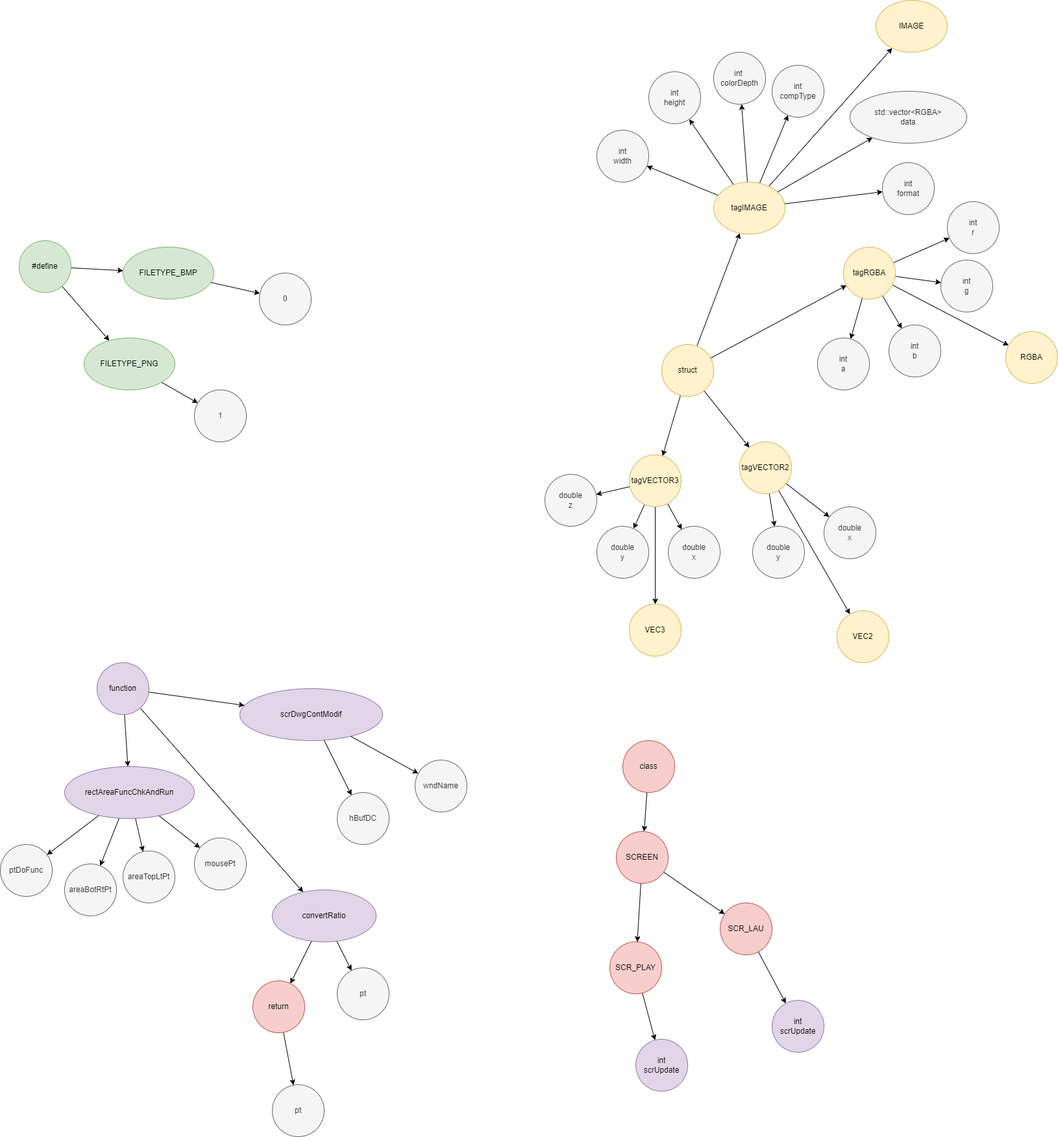
Tanso-mct/GLPA keeps this draw.io diagram as drawio/files/graphic/h.drawio.png. Above is the earlier version. Source tidied: cells renumbered, new cells last; positions are measured from the earlier drawing's top-left corner, leaving out a move shared by most shapes.
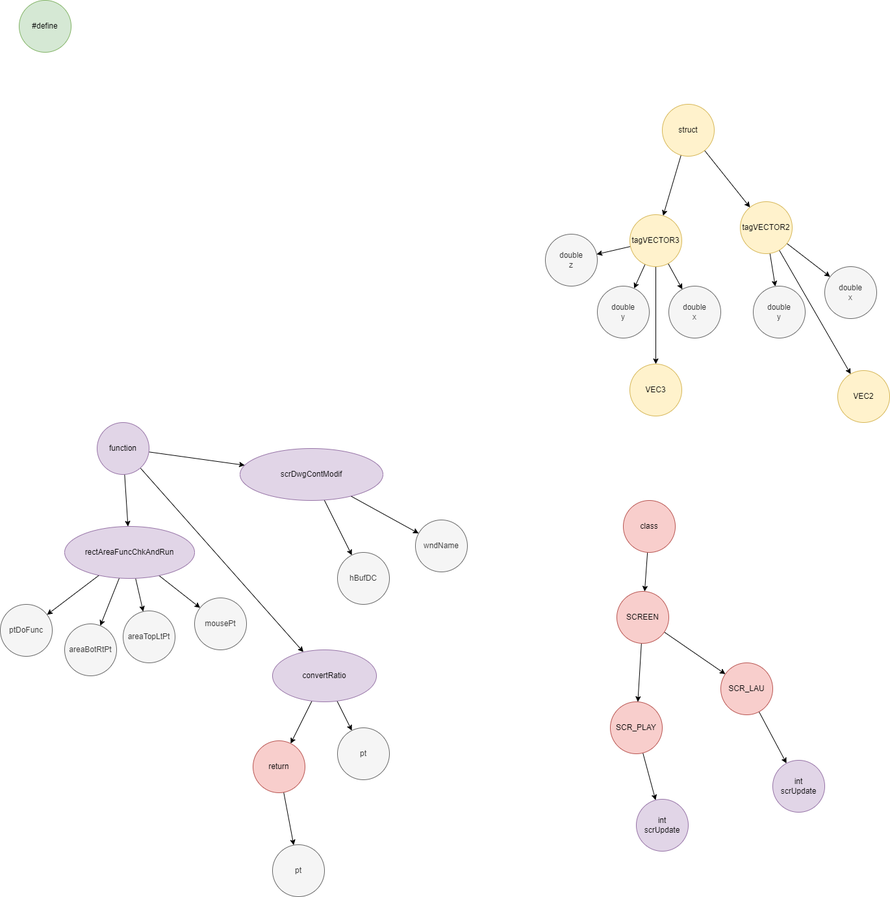
After the commit.

Change to the diagram source:
```diff
@@ -83,12 +83,6 @@
     <mxCell id="28" style="edgeStyle=none;html=1;fontFamily=Helvetica;fontSize=12;fontColor=#333333;" parent="1" edge="1" source="31" target="42">
       <mxGeometry relative="1" as="geometry" />
     </mxCell>
-    <mxCell id="29" style="edgeStyle=none;html=1;" parent="1" edge="1" source="31" target="64">
-      <mxGeometry relative="1" as="geometry" />
-    </mxCell>
-    <mxCell id="30" style="edgeStyle=none;html=1;fontFamily=Helvetica;fontSize=12;fontColor=#333333;" parent="1" edge="1" source="31" target="75">
-      <mxGeometry relative="1" as="geometry" />
-    </mxCell>
     <mxCell id="31" value="struct" style="ellipse;whiteSpace=wrap;html=1;strokeColor=#d6b656;fontFamily=Helvetica;fontSize=12;fillColor=#fff2cc;" parent="1" vertex="1">
       <mxGeometry x="1019" y="530" width="80" height="80" as="geometry" />
     </mxCell>
@@ -173,110 +167,8 @@
     <mxCell id="58" value="int&lt;br&gt;scrUpdate" style="ellipse;whiteSpace=wrap;html=1;strokeColor=#9673a6;fontFamily=Helvetica;fontSize=12;fillColor=#e1d5e7;" parent="1" vertex="1">
       <mxGeometry x="979" y="1600" width="80" height="80" as="geometry" />
     </mxCell>
-    <mxCell id="59" style="edgeStyle=none;html=1;fontFamily=Helvetica;fontSize=12;fontColor=#333333;" parent="1" edge="1" source="64" target="65">
-      <mxGeometry relative="1" as="geometry" />
-    </mxCell>
-    <mxCell id="60" style="edgeStyle=none;html=1;fontFamily=Helvetica;fontSize=12;fontColor=#333333;" parent="1" edge="1" source="64" target="66">
-      <mxGeometry relative="1" as="geometry" />
-    </mxCell>
-    <mxCell id="61" style="edgeStyle=none;html=1;fontFamily=Helvetica;fontSize=12;fontColor=#333333;" parent="1" edge="1" source="64" target="67">
-      <mxGeometry relative="1" as="geometry" />
-    </mxCell>
-    <mxCell id="62" style="edgeStyle=none;html=1;fontFamily=Helvetica;fontSize=12;fontColor=#333333;" parent="1" edge="1" source="64" target="81">
-      <mxGeometry relative="1" as="geometry" />
-    </mxCell>
-    <mxCell id="63" style="edgeStyle=none;html=1;fontFamily=Helvetica;fontSize=12;fontColor=#333333;" parent="1" edge="1" source="64" target="93">
-      <mxGeometry relative="1" as="geometry" />
-    </mxCell>
-    <mxCell id="64" value="tagRGBA" style="ellipse;whiteSpace=wrap;html=1;fillColor=#fff2cc;strokeColor=#d6b656;" parent="1" vertex="1">
-      <mxGeometry x="1299" y="380" width="80" height="80" as="geometry" />
-    </mxCell>
-    <mxCell id="65" value="int&lt;br&gt;r" style="ellipse;whiteSpace=wrap;html=1;fillColor=#f5f5f5;fontColor=#333333;strokeColor=#666666;" parent="1" vertex="1">
-      <mxGeometry x="1459" y="310" width="80" height="80" as="geometry" />
-    </mxCell>
-    <mxCell id="66" value="int&lt;br&gt;g" style="ellipse;whiteSpace=wrap;html=1;strokeColor=#666666;fontFamily=Helvetica;fontSize=12;fontColor=#333333;fillColor=#f5f5f5;" parent="1" vertex="1">
-      <mxGeometry x="1449" y="400" width="80" height="80" as="geometry" />
-    </mxCell>
-    <mxCell id="67" value="int&lt;br&gt;b" style="ellipse;whiteSpace=wrap;html=1;strokeColor=#666666;fontFamily=Helvetica;fontSize=12;fontColor=#333333;fillColor=#f5f5f5;" parent="1" vertex="1">
-      <mxGeometry x="1369" y="500" width="80" height="80" as="geometry" />
-    </mxCell>
-    <mxCell id="68" style="edgeStyle=none;html=1;fontFamily=Helvetica;fontSize=12;fontColor=#333333;" parent="1" edge="1" source="75" target="80">
-      <mxGeometry relative="1" as="geometry" />
-    </mxCell>
-    <mxCell id="69" style="edgeStyle=none;html=1;fontFamily=Helvetica;fontSize=12;fontColor=#333333;" parent="1" edge="1" source="75" target="79">
-      <mxGeometry relative="1" as="geometry" />
-    </mxCell>
-    <mxCell id="70" style="edgeStyle=none;html=1;fontFamily=Helvetica;fontSize=12;fontColor=#333333;" parent="1" edge="1" source="75" target="78">
-      <mxGeometry relative="1" as="geometry" />
-    </mxCell>
-    <mxCell id="71" style="edgeStyle=none;html=1;fontFamily=Helvetica;fontSize=12;fontColor=#333333;" parent="1" edge="1" source="75" target="77">
-      <mxGeometry relative="1" as="geometry" />
-    </mxCell>
-    <mxCell id="72" style="edgeStyle=none;html=1;fontFamily=Helvetica;fontSize=12;fontColor=#333333;" parent="1" edge="1" source="75" target="76">
-      <mxGeometry relative="1" as="geometry" />
-    </mxCell>
-    <mxCell id="73" style="edgeStyle=none;html=1;fontFamily=Helvetica;fontSize=12;fontColor=#333333;" parent="1" edge="1" source="75" target="82">
-      <mxGeometry relative="1" as="geometry" />
-    </mxCell>
-    <mxCell id="74" style="edgeStyle=none;html=1;fontFamily=Helvetica;fontSize=12;fontColor=#333333;" parent="1" edge="1" source="75" target="92">
-      <mxGeometry relative="1" as="geometry" />
-    </mxCell>
-    <mxCell id="75" value="tagIMAGE" style="ellipse;whiteSpace=wrap;html=1;strokeColor=#d6b656;fontFamily=Helvetica;fontSize=12;fillColor=#fff2cc;" parent="1" vertex="1">
-      <mxGeometry x="1099" y="280" width="110" height="80" as="geometry" />
-    </mxCell>
-    <mxCell id="76" value="int&lt;br&gt;width" style="ellipse;whiteSpace=wrap;html=1;fillColor=#f5f5f5;fontColor=#333333;strokeColor=#666666;" parent="1" vertex="1">
-      <mxGeometry x="919" y="200" width="80" height="80" as="geometry" />
-    </mxCell>
-    <mxCell id="77" value="int&lt;br&gt;height" style="ellipse;whiteSpace=wrap;html=1;fillColor=#f5f5f5;fontColor=#333333;strokeColor=#666666;" parent="1" vertex="1">
-      <mxGeometry x="999" y="110" width="80" height="80" as="geometry" />
-    </mxCell>
-    <mxCell id="78" value="int&amp;nbsp;&lt;br&gt;colorDepth" style="ellipse;whiteSpace=wrap;html=1;strokeColor=#666666;fontFamily=Helvetica;fontSize=12;fontColor=#333333;fillColor=#f5f5f5;" parent="1" vertex="1">
-      <mxGeometry x="1099" y="80" width="80" height="80" as="geometry" />
-    </mxCell>
-    <mxCell id="79" value="int&lt;br&gt;compType" style="ellipse;whiteSpace=wrap;html=1;strokeColor=#666666;fontFamily=Helvetica;fontSize=12;fontColor=#333333;fillColor=#f5f5f5;" parent="1" vertex="1">
-      <mxGeometry x="1189" y="100" width="80" height="80" as="geometry" />
-    </mxCell>
-    <mxCell id="80" value="std::vector&amp;lt;RGBA&amp;gt;&lt;br&gt;data" style="ellipse;whiteSpace=wrap;html=1;strokeColor=#666666;fontFamily=Helvetica;fontSize=12;fontColor=#333333;fillColor=#f5f5f5;" parent="1" vertex="1">
-      <mxGeometry x="1309" y="140" width="180" height="80" as="geometry" />
-    </mxCell>
-    <mxCell id="81" value="int&lt;br&gt;a" style="ellipse;whiteSpace=wrap;html=1;strokeColor=#666666;fontFamily=Helvetica;fontSize=12;fontColor=#333333;fillColor=#f5f5f5;" parent="1" vertex="1">
-      <mxGeometry x="1259" y="520" width="80" height="80" as="geometry" />
-    </mxCell>
-    <mxCell id="82" value="int&lt;br&gt;format" style="ellipse;whiteSpace=wrap;html=1;strokeColor=#666666;fontFamily=Helvetica;fontSize=12;fontColor=#333333;fillColor=#f5f5f5;" parent="1" vertex="1">
-      <mxGeometry x="1359" y="250" width="80" height="80" as="geometry" />
-    </mxCell>
-    <mxCell id="83" style="edgeStyle=none;html=1;fontFamily=Helvetica;fontSize=12;fontColor=#333333;" parent="1" edge="1" source="85" target="87">
-      <mxGeometry relative="1" as="geometry" />
-    </mxCell>
-    <mxCell id="84" style="edgeStyle=none;html=1;fontFamily=Helvetica;fontSize=12;fontColor=#333333;" parent="1" edge="1" source="85" target="89">
-      <mxGeometry relative="1" as="geometry" />
-    </mxCell>
     <mxCell id="85" value="#define" style="ellipse;whiteSpace=wrap;html=1;strokeColor=#82b366;fontFamily=Helvetica;fontSize=12;fillColor=#d5e8d4;" parent="1" vertex="1">
       <mxGeometry x="29" y="370" width="80" height="80" as="geometry" />
     </mxCell>
-    <mxCell id="86" style="edgeStyle=none;html=1;fontFamily=Helvetica;fontSize=12;fontColor=#333333;" parent="1" edge="1" source="87" target="90">
-      <mxGeometry relative="1" as="geometry" />
-    </mxCell>
-    <mxCell id="87" value="FILETYPE_BMP" style="ellipse;whiteSpace=wrap;html=1;strokeColor=#82b366;fontFamily=Helvetica;fontSize=12;fillColor=#d5e8d4;" parent="1" vertex="1">
-      <mxGeometry x="189" y="380" width="140" height="80" as="geometry" />
-    </mxCell>
-    <mxCell id="88" style="edgeStyle=none;html=1;fontFamily=Helvetica;fontSize=12;fontColor=#333333;" parent="1" edge="1" source="89" target="91">
-      <mxGeometry relative="1" as="geometry" />
-    </mxCell>
-    <mxCell id="89" value="FILETYPE_PNG" style="ellipse;whiteSpace=wrap;html=1;strokeColor=#82b366;fontFamily=Helvetica;fontSize=12;fillColor=#d5e8d4;" parent="1" vertex="1">
-      <mxGeometry x="129" y="520" width="140" height="80" as="geometry" />
-    </mxCell>
-    <mxCell id="90" value="0" style="ellipse;whiteSpace=wrap;html=1;strokeColor=#666666;fontFamily=Helvetica;fontSize=12;fontColor=#333333;fillColor=#f5f5f5;" parent="1" vertex="1">
-      <mxGeometry x="399" y="420" width="80" height="80" as="geometry" />
-    </mxCell>
-    <mxCell id="91" value="1" style="ellipse;whiteSpace=wrap;html=1;strokeColor=#666666;fontFamily=Helvetica;fontSize=12;fontColor=#333333;fillColor=#f5f5f5;" parent="1" vertex="1">
-      <mxGeometry x="299" y="600" width="80" height="80" as="geometry" />
-    </mxCell>
-    <mxCell id="92" value="IMAGE" style="ellipse;whiteSpace=wrap;html=1;strokeColor=#d6b656;fontFamily=Helvetica;fontSize=12;fillColor=#fff2cc;" parent="1" vertex="1">
-      <mxGeometry x="1349" width="110" height="80" as="geometry" />
-    </mxCell>
-    <mxCell id="93" value="RGBA" style="ellipse;whiteSpace=wrap;html=1;fillColor=#fff2cc;strokeColor=#d6b656;" parent="1" vertex="1">
-      <mxGeometry x="1549" y="510" width="80" height="80" as="geometry" />
-    </mxCell>
   </root>
 </mxGraphModel>
```
